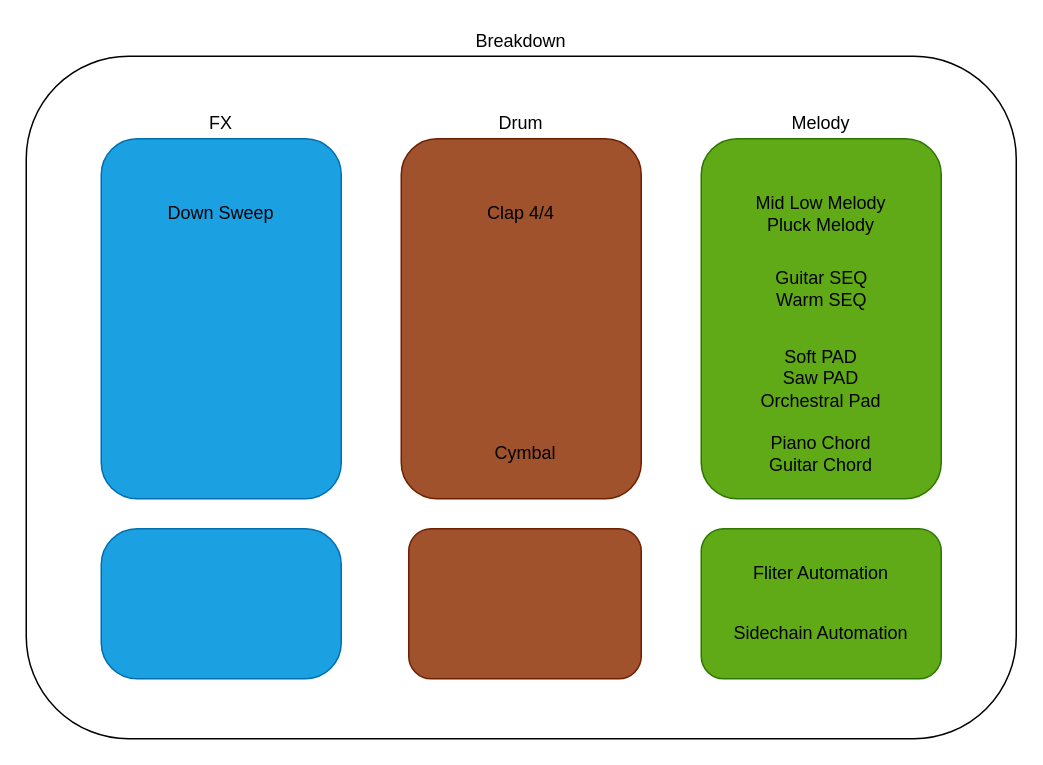
Above: Pro House BreakDown.drawio in houance/Music-Illustration (draw.io), before the change. Source tidied: cells renumbered, new cells numbered last; positions are measured from the earlier drawing's top-left corner, leaving out a move shared by most shapes. Both pictures are drawn from the tidied source at 150%, with x=0, y=0 at pixel (26, 26).
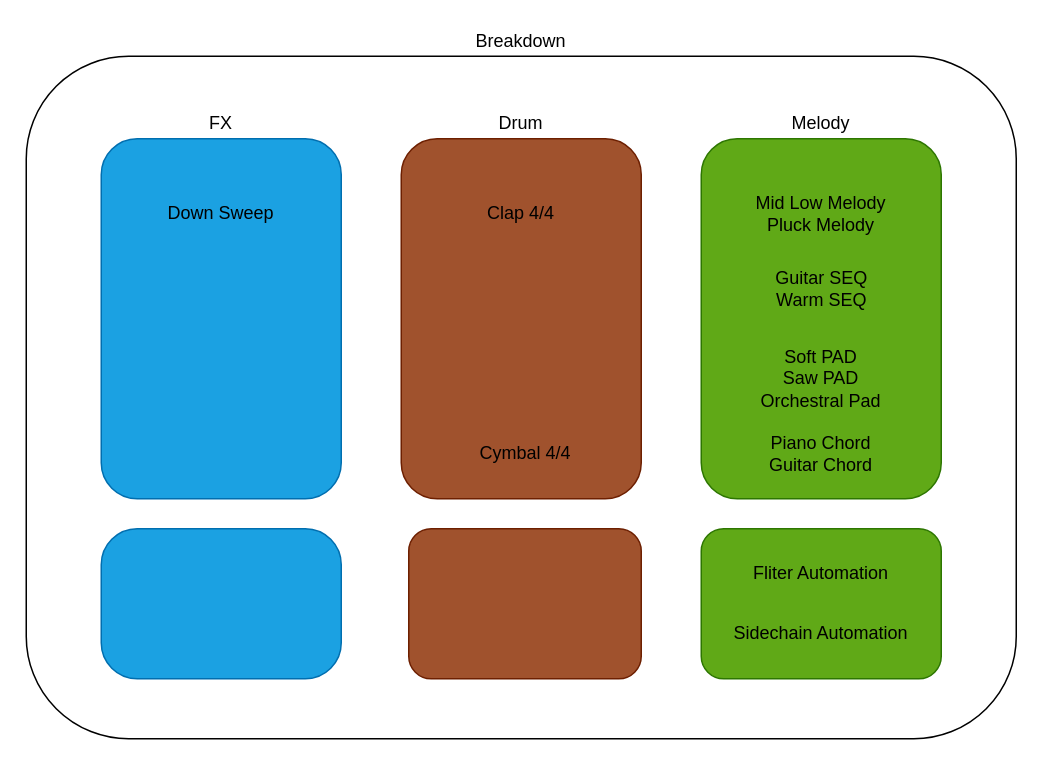
The same diagram, later.

Diff of the diagram source:
```diff
@@
-    <mxCell id="7" value="Cymbal" style="text;html=1;strokeColor=none;fillColor=none;align=center;verticalAlign=middle;whiteSpace=wrap;rounded=0;" parent="1" vertex="1">
+    <mxCell id="7" value="Cymbal 4/4" style="text;html=1;strokeColor=none;fillColor=none;align=center;verticalAlign=middle;whiteSpace=wrap;rounded=0;" parent="1" vertex="1">
       <mxGeometry x="237.5" y="275" width="190" height="20" as="geometry" />
     </mxCell>
```
